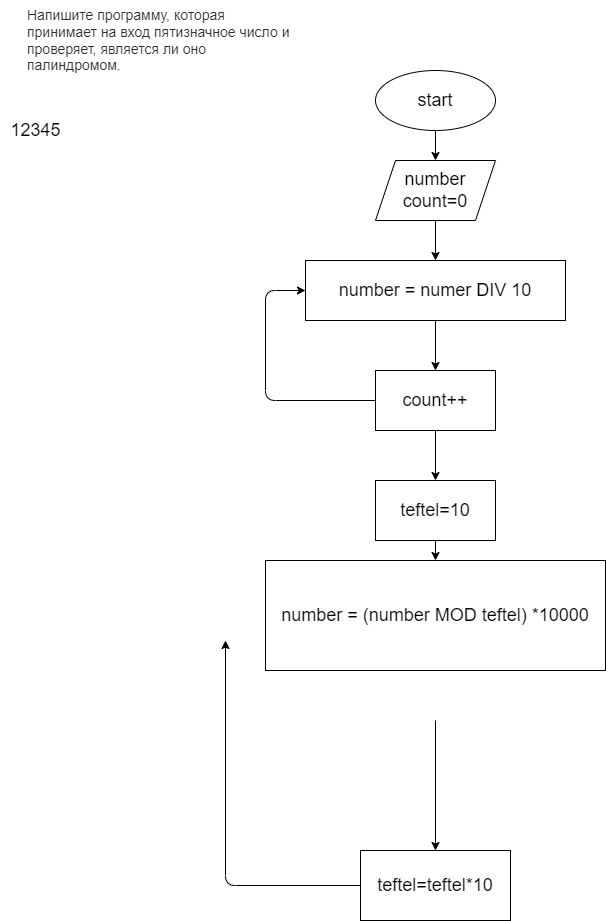
ShrimpyKate/HomeWork3 keeps this draw.io diagram as ex01/blok.drawio.png. Above is the earlier version. Source tidied: cells renumbered, new cells last; positions are measured from the earlier drawing's top-left corner, leaving out a move shared by most shapes. Its diagram source:
```xml
<mxGraphModel>
  <root>
    <mxCell id="0" />
    <mxCell id="1" parent="0" />
    <mxCell id="2" value="&lt;p style=&quot;box-sizing: border-box; margin: 0px; font-weight: 400; color: rgb(44, 45, 48); font-family: roboto, &amp;quot;san francisco&amp;quot;, &amp;quot;helvetica neue&amp;quot;, helvetica, arial; font-size: 14px; font-style: normal; letter-spacing: normal; text-indent: 0px; text-transform: none; word-spacing: 0px; background-color: rgb(255, 255, 255);&quot;&gt;Напишите программу, которая принимает на вход пятизначное число и проверяет, является ли оно палиндромом.&lt;/p&gt;&lt;br class=&quot;Apple-interchange-newline&quot;&gt;" style="text;whiteSpace=wrap;html=1;" parent="1" vertex="1">
      <mxGeometry x="25" width="270" height="60" as="geometry" />
    </mxCell>
    <mxCell id="3" style="edgeStyle=none;html=1;" parent="1" edge="1" source="4" target="6">
      <mxGeometry relative="1" as="geometry" />
    </mxCell>
    <mxCell id="4" value="&lt;font style=&quot;font-size: 18px&quot;&gt;start&lt;/font&gt;" style="ellipse;whiteSpace=wrap;html=1;" parent="1" vertex="1">
      <mxGeometry x="375" y="70" width="120" height="60" as="geometry" />
    </mxCell>
    <mxCell id="5" style="edgeStyle=none;html=1;" parent="1" edge="1" source="6">
      <mxGeometry relative="1" as="geometry">
        <mxPoint x="435" y="260" as="targetPoint" />
      </mxGeometry>
    </mxCell>
    <mxCell id="6" value="&lt;font style=&quot;font-size: 18px&quot;&gt;number&lt;br&gt;count=0&lt;br&gt;&lt;/font&gt;" style="shape=parallelogram;perimeter=parallelogramPerimeter;whiteSpace=wrap;html=1;fixedSize=1;" parent="1" vertex="1">
      <mxGeometry x="375" y="160" width="120" height="60" as="geometry" />
    </mxCell>
    <mxCell id="7" value="12345" style="text;html=1;align=center;verticalAlign=middle;strokeColor=none;fillColor=none;fontSize=18;" parent="1" vertex="1">
      <mxGeometry y="115" width="70" height="30" as="geometry" />
    </mxCell>
    <mxCell id="8" style="edgeStyle=none;html=1;fontSize=18;" parent="1" edge="1" target="17">
      <mxGeometry relative="1" as="geometry">
        <mxPoint x="435" y="720" as="sourcePoint" />
      </mxGeometry>
    </mxCell>
    <mxCell id="9" style="edgeStyle=none;html=1;fontSize=18;exitX=0.5;exitY=1;exitDx=0;exitDy=0;" parent="1" edge="1" source="13" target="12">
      <mxGeometry relative="1" as="geometry" />
    </mxCell>
    <mxCell id="10" style="edgeStyle=none;html=1;entryX=0;entryY=0.5;entryDx=0;entryDy=0;fontSize=18;" parent="1" edge="1" source="12" target="13">
      <mxGeometry relative="1" as="geometry">
        <Array as="points">
          <mxPoint x="265" y="400" />
          <mxPoint x="265" y="290" />
        </Array>
      </mxGeometry>
    </mxCell>
    <mxCell id="11" style="edgeStyle=none;html=1;fontSize=18;" parent="1" edge="1" source="12">
      <mxGeometry relative="1" as="geometry">
        <mxPoint x="435" y="480" as="targetPoint" />
      </mxGeometry>
    </mxCell>
    <mxCell id="12" value="count++" style="whiteSpace=wrap;html=1;fontSize=18;" parent="1" vertex="1">
      <mxGeometry x="375" y="370" width="120" height="60" as="geometry" />
    </mxCell>
    <mxCell id="13" value="&lt;span&gt;number = numer DIV 10&lt;br&gt;&lt;/span&gt;" style="whiteSpace=wrap;html=1;fontSize=18;" parent="1" vertex="1">
      <mxGeometry x="305" y="260" width="260" height="60" as="geometry" />
    </mxCell>
    <mxCell id="14" style="edgeStyle=none;html=1;fontSize=18;" parent="1" edge="1" source="15">
      <mxGeometry relative="1" as="geometry">
        <mxPoint x="435" y="560" as="targetPoint" />
      </mxGeometry>
    </mxCell>
    <mxCell id="15" value="teftel=10" style="whiteSpace=wrap;html=1;fontSize=18;" parent="1" vertex="1">
      <mxGeometry x="375" y="480" width="120" height="60" as="geometry" />
    </mxCell>
    <mxCell id="16" style="edgeStyle=none;html=1;entryX=0;entryY=0.5;entryDx=0;entryDy=0;fontSize=18;" parent="1" edge="1" source="17">
      <mxGeometry relative="1" as="geometry">
        <mxPoint x="225" y="640" as="targetPoint" />
        <Array as="points">
          <mxPoint x="225" y="885" />
        </Array>
      </mxGeometry>
    </mxCell>
    <mxCell id="17" value="&lt;font style=&quot;font-size: 18px&quot;&gt;teftel=teftel*10&lt;/font&gt;" style="whiteSpace=wrap;html=1;" parent="1" vertex="1">
      <mxGeometry x="360" y="850" width="150" height="70" as="geometry" />
    </mxCell>
    <mxCell id="18" value="&lt;span&gt;number = (number MOD teftel) *10000&lt;/span&gt;" style="whiteSpace=wrap;html=1;fontSize=18;" parent="1" vertex="1">
      <mxGeometry x="265" y="560" width="340" height="110" as="geometry" />
    </mxCell>
  </root>
</mxGraphModel>
```
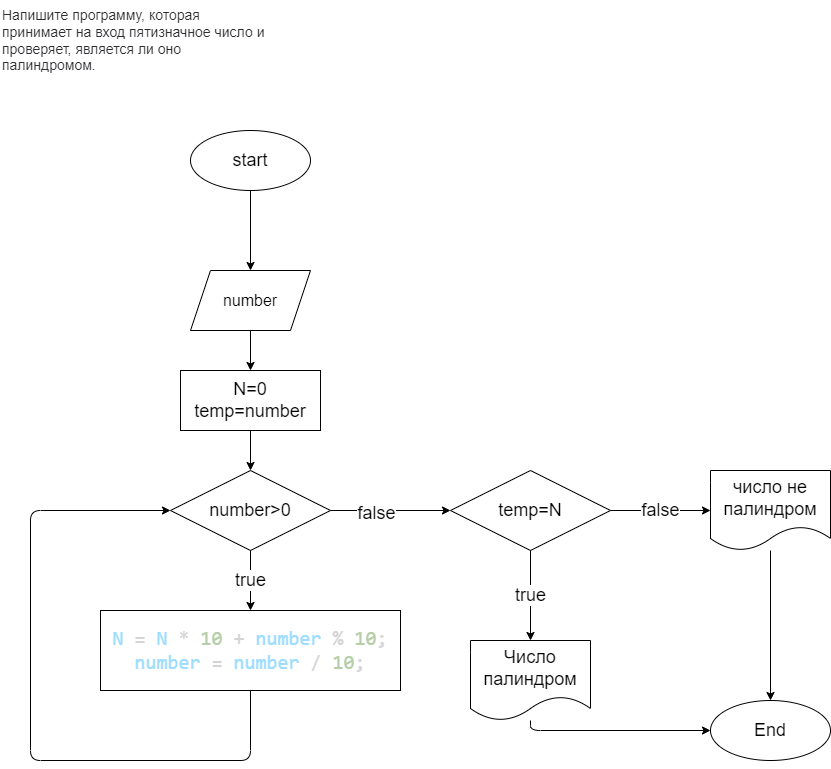
Above is the later version.

Commit message:
схема и код для ex01

Change to the diagram source:
```diff
@@ -5,71 +5,77 @@
     <mxCell id="2" value="&lt;p style=&quot;box-sizing: border-box; margin: 0px; font-weight: 400; color: rgb(44, 45, 48); font-family: roboto, &amp;quot;san francisco&amp;quot;, &amp;quot;helvetica neue&amp;quot;, helvetica, arial; font-size: 14px; font-style: normal; letter-spacing: normal; text-indent: 0px; text-transform: none; word-spacing: 0px; background-color: rgb(255, 255, 255);&quot;&gt;Напишите программу, которая принимает на вход пятизначное число и проверяет, является ли оно палиндромом.&lt;/p&gt;&lt;br class=&quot;Apple-interchange-newline&quot;&gt;" style="text;whiteSpace=wrap;html=1;" parent="1" vertex="1">
       <mxGeometry x="25" width="270" height="60" as="geometry" />
     </mxCell>
-    <mxCell id="3" style="edgeStyle=none;html=1;" parent="1" edge="1" source="4" target="6">
-      <mxGeometry relative="1" as="geometry" />
-    </mxCell>
+    <mxCell id="19" style="edgeStyle=none;html=1;fontSize=18;" parent="1" edge="1" source="4" target="21">
+      <mxGeometry relative="1" as="geometry" />
+    </mxCell>
     <mxCell id="4" value="&lt;font style=&quot;font-size: 18px&quot;&gt;start&lt;/font&gt;" style="ellipse;whiteSpace=wrap;html=1;" parent="1" vertex="1">
-      <mxGeometry x="375" y="70" width="120" height="60" as="geometry" />
+      <mxGeometry x="215" y="130" width="120" height="60" as="geometry" />
     </mxCell>
-    <mxCell id="5" style="edgeStyle=none;html=1;" parent="1" edge="1" source="6">
-      <mxGeometry relative="1" as="geometry">
-        <mxPoint x="435" y="260" as="targetPoint" />
-      </mxGeometry>
-    </mxCell>
-    <mxCell id="6" value="&lt;font style=&quot;font-size: 18px&quot;&gt;number&lt;br&gt;count=0&lt;br&gt;&lt;/font&gt;" style="shape=parallelogram;perimeter=parallelogramPerimeter;whiteSpace=wrap;html=1;fixedSize=1;" parent="1" vertex="1">
-      <mxGeometry x="375" y="160" width="120" height="60" as="geometry" />
-    </mxCell>
-    <mxCell id="7" value="12345" style="text;html=1;align=center;verticalAlign=middle;strokeColor=none;fillColor=none;fontSize=18;" parent="1" vertex="1">
-      <mxGeometry y="115" width="70" height="30" as="geometry" />
-    </mxCell>
-    <mxCell id="8" style="edgeStyle=none;html=1;fontSize=18;" parent="1" edge="1" target="17">
-      <mxGeometry relative="1" as="geometry">
-        <mxPoint x="435" y="720" as="sourcePoint" />
-      </mxGeometry>
-    </mxCell>
-    <mxCell id="9" style="edgeStyle=none;html=1;fontSize=18;exitX=0.5;exitY=1;exitDx=0;exitDy=0;" parent="1" edge="1" source="13" target="12">
-      <mxGeometry relative="1" as="geometry" />
-    </mxCell>
-    <mxCell id="10" style="edgeStyle=none;html=1;entryX=0;entryY=0.5;entryDx=0;entryDy=0;fontSize=18;" parent="1" edge="1" source="12" target="13">
-      <mxGeometry relative="1" as="geometry">
-        <Array as="points">
-          <mxPoint x="265" y="400" />
-          <mxPoint x="265" y="290" />
-        </Array>
-      </mxGeometry>
-    </mxCell>
-    <mxCell id="11" style="edgeStyle=none;html=1;fontSize=18;" parent="1" edge="1" source="12">
-      <mxGeometry relative="1" as="geometry">
-        <mxPoint x="435" y="480" as="targetPoint" />
-      </mxGeometry>
-    </mxCell>
-    <mxCell id="12" value="count++" style="whiteSpace=wrap;html=1;fontSize=18;" parent="1" vertex="1">
-      <mxGeometry x="375" y="370" width="120" height="60" as="geometry" />
-    </mxCell>
-    <mxCell id="13" value="&lt;span&gt;number = numer DIV 10&lt;br&gt;&lt;/span&gt;" style="whiteSpace=wrap;html=1;fontSize=18;" parent="1" vertex="1">
-      <mxGeometry x="305" y="260" width="260" height="60" as="geometry" />
-    </mxCell>
-    <mxCell id="14" style="edgeStyle=none;html=1;fontSize=18;" parent="1" edge="1" source="15">
-      <mxGeometry relative="1" as="geometry">
-        <mxPoint x="435" y="560" as="targetPoint" />
-      </mxGeometry>
-    </mxCell>
-    <mxCell id="15" value="teftel=10" style="whiteSpace=wrap;html=1;fontSize=18;" parent="1" vertex="1">
-      <mxGeometry x="375" y="480" width="120" height="60" as="geometry" />
-    </mxCell>
-    <mxCell id="16" style="edgeStyle=none;html=1;entryX=0;entryY=0.5;entryDx=0;entryDy=0;fontSize=18;" parent="1" edge="1" source="17">
-      <mxGeometry relative="1" as="geometry">
-        <mxPoint x="225" y="640" as="targetPoint" />
-        <Array as="points">
-          <mxPoint x="225" y="885" />
-        </Array>
-      </mxGeometry>
-    </mxCell>
-    <mxCell id="17" value="&lt;font style=&quot;font-size: 18px&quot;&gt;teftel=teftel*10&lt;/font&gt;" style="whiteSpace=wrap;html=1;" parent="1" vertex="1">
-      <mxGeometry x="360" y="850" width="150" height="70" as="geometry" />
-    </mxCell>
-    <mxCell id="18" value="&lt;span&gt;number = (number MOD teftel) *10000&lt;/span&gt;" style="whiteSpace=wrap;html=1;fontSize=18;" parent="1" vertex="1">
-      <mxGeometry x="265" y="560" width="340" height="110" as="geometry" />
-    </mxCell>
+    <mxCell id="20" style="edgeStyle=none;html=1;fontSize=18;" parent="1" edge="1" source="21" target="23">
+      <mxGeometry relative="1" as="geometry" />
+    </mxCell>
+    <mxCell id="21" value="&lt;font size=&quot;3&quot;&gt;number&lt;/font&gt;" style="shape=parallelogram;perimeter=parallelogramPerimeter;whiteSpace=wrap;html=1;fixedSize=1;" parent="1" vertex="1">
+      <mxGeometry x="215" y="270" width="120" height="60" as="geometry" />
+    </mxCell>
+    <mxCell id="22" style="edgeStyle=none;html=1;fontSize=18;" parent="1" edge="1" source="23" target="27">
+      <mxGeometry relative="1" as="geometry" />
+    </mxCell>
+    <mxCell id="23" value="&lt;font style=&quot;font-size: 18px&quot;&gt;N=0&lt;br&gt;temp=number&lt;/font&gt;" style="whiteSpace=wrap;html=1;" parent="1" vertex="1">
+      <mxGeometry x="205" y="370" width="140" height="60" as="geometry" />
+    </mxCell>
+    <mxCell id="24" value="true" style="edgeStyle=none;html=1;fontSize=18;" parent="1" edge="1" source="27" target="29">
+      <mxGeometry relative="1" as="geometry" />
+    </mxCell>
+    <mxCell id="25" style="edgeStyle=none;html=1;fontSize=18;" parent="1" edge="1" source="27" target="32">
+      <mxGeometry relative="1" as="geometry" />
+    </mxCell>
+    <mxCell id="26" value="false" style="edgeLabel;html=1;align=center;verticalAlign=middle;fontSize=18;" parent="25" vertex="1">
+      <mxGeometry x="-0.26" y="-2" relative="1" as="geometry" />
+    </mxCell>
+    <mxCell id="27" value="&lt;font style=&quot;font-size: 18px&quot;&gt;number&amp;gt;0&lt;/font&gt;" style="rhombus;whiteSpace=wrap;html=1;" parent="1" vertex="1">
+      <mxGeometry x="195" y="470" width="160" height="80" as="geometry" />
+    </mxCell>
+    <mxCell id="28" style="edgeStyle=none;html=1;entryX=0;entryY=0.5;entryDx=0;entryDy=0;fontSize=18;" parent="1" edge="1" source="29" target="27">
+      <mxGeometry relative="1" as="geometry">
+        <Array as="points">
+          <mxPoint x="275" y="760" />
+          <mxPoint x="55" y="760" />
+          <mxPoint x="55" y="510" />
+        </Array>
+      </mxGeometry>
+    </mxCell>
+    <mxCell id="29" value="&lt;p style=&quot;color: rgb(212 , 212 , 212) ; font-family: &amp;#34;consolas&amp;#34; , &amp;#34;courier new&amp;#34; , monospace ; font-size: 20px&quot;&gt;&lt;span style=&quot;color: rgb(156 , 220 , 254)&quot;&gt;N&lt;/span&gt;&amp;nbsp;=&amp;nbsp;&lt;span style=&quot;color: rgb(156 , 220 , 254)&quot;&gt;N&lt;/span&gt;&amp;nbsp;*&amp;nbsp;&lt;span style=&quot;color: rgb(181 , 206 , 168)&quot;&gt;10&lt;/span&gt;&amp;nbsp;+&amp;nbsp;&lt;span style=&quot;color: rgb(156 , 220 , 254)&quot;&gt;number&lt;/span&gt;&amp;nbsp;%&amp;nbsp;&lt;span style=&quot;color: rgb(181 , 206 , 168)&quot;&gt;10&lt;/span&gt;;&lt;br&gt;&lt;span style=&quot;color: rgb(156 , 220 , 254)&quot;&gt;number&lt;/span&gt;&amp;nbsp;=&amp;nbsp;&lt;span style=&quot;color: rgb(156 , 220 , 254)&quot;&gt;number&lt;/span&gt;&amp;nbsp;/&amp;nbsp;&lt;span style=&quot;color: rgb(181 , 206 , 168)&quot;&gt;10&lt;/span&gt;;&lt;/p&gt;" style="whiteSpace=wrap;html=1;" parent="1" vertex="1">
+      <mxGeometry x="125" y="610" width="300" height="80" as="geometry" />
+    </mxCell>
+    <mxCell id="30" value="true" style="edgeStyle=none;html=1;fontSize=18;" parent="1" edge="1" source="32">
+      <mxGeometry relative="1" as="geometry">
+        <mxPoint x="555" y="640" as="targetPoint" />
+      </mxGeometry>
+    </mxCell>
+    <mxCell id="31" value="false" style="edgeStyle=none;html=1;fontSize=18;" parent="1" edge="1" source="32" target="36">
+      <mxGeometry relative="1" as="geometry" />
+    </mxCell>
+    <mxCell id="32" value="&lt;font style=&quot;font-size: 18px&quot;&gt;temp=N&lt;/font&gt;" style="rhombus;whiteSpace=wrap;html=1;" parent="1" vertex="1">
+      <mxGeometry x="475" y="470" width="160" height="80" as="geometry" />
+    </mxCell>
+    <mxCell id="33" style="edgeStyle=none;html=1;entryX=0;entryY=0.5;entryDx=0;entryDy=0;fontSize=18;" parent="1" edge="1" source="34" target="37">
+      <mxGeometry relative="1" as="geometry">
+        <Array as="points">
+          <mxPoint x="555" y="730" />
+        </Array>
+      </mxGeometry>
+    </mxCell>
+    <mxCell id="34" value="Число палиндром" style="shape=document;whiteSpace=wrap;html=1;boundedLbl=1;fontSize=18;" parent="1" vertex="1">
+      <mxGeometry x="495" y="640" width="120" height="80" as="geometry" />
+    </mxCell>
+    <mxCell id="35" style="edgeStyle=none;html=1;entryX=0.5;entryY=0;entryDx=0;entryDy=0;fontSize=18;" parent="1" edge="1" source="36" target="37">
+      <mxGeometry relative="1" as="geometry" />
+    </mxCell>
+    <mxCell id="36" value="&lt;font style=&quot;font-size: 18px&quot;&gt;число не палиндром&lt;/font&gt;" style="shape=document;whiteSpace=wrap;html=1;boundedLbl=1;" parent="1" vertex="1">
+      <mxGeometry x="735" y="470" width="120" height="80" as="geometry" />
+    </mxCell>
+    <mxCell id="37" value="End" style="ellipse;whiteSpace=wrap;html=1;fontSize=18;" parent="1" vertex="1">
+      <mxGeometry x="735" y="700" width="120" height="60" as="geometry" />
+    </mxCell>
   </root>
 </mxGraphModel>
```
